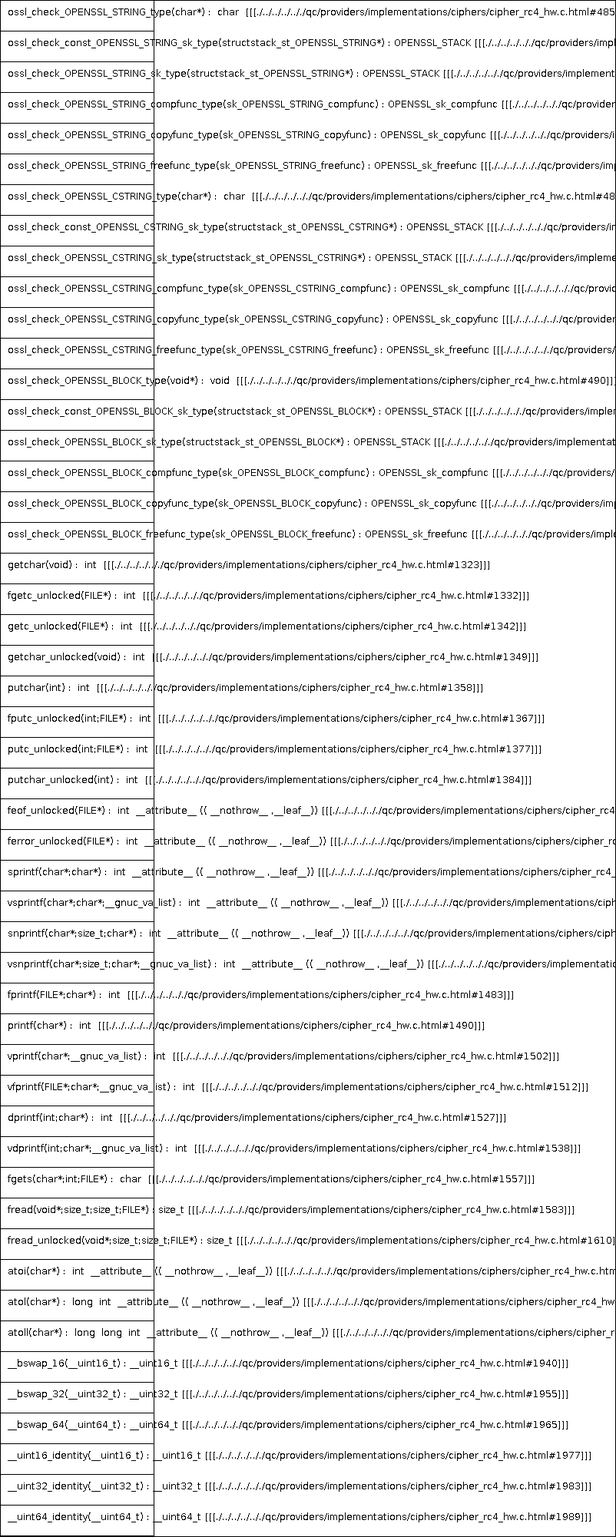
Earlier version of the PlantUML export docs/qc/providers/implementations/ciphers/cipher_rc4_hw.c.png (qualitesys/openssl). Its source is kept beside it as docs/qc/providers/implementations/ciphers/cipher_rc4_hw.c.puml.
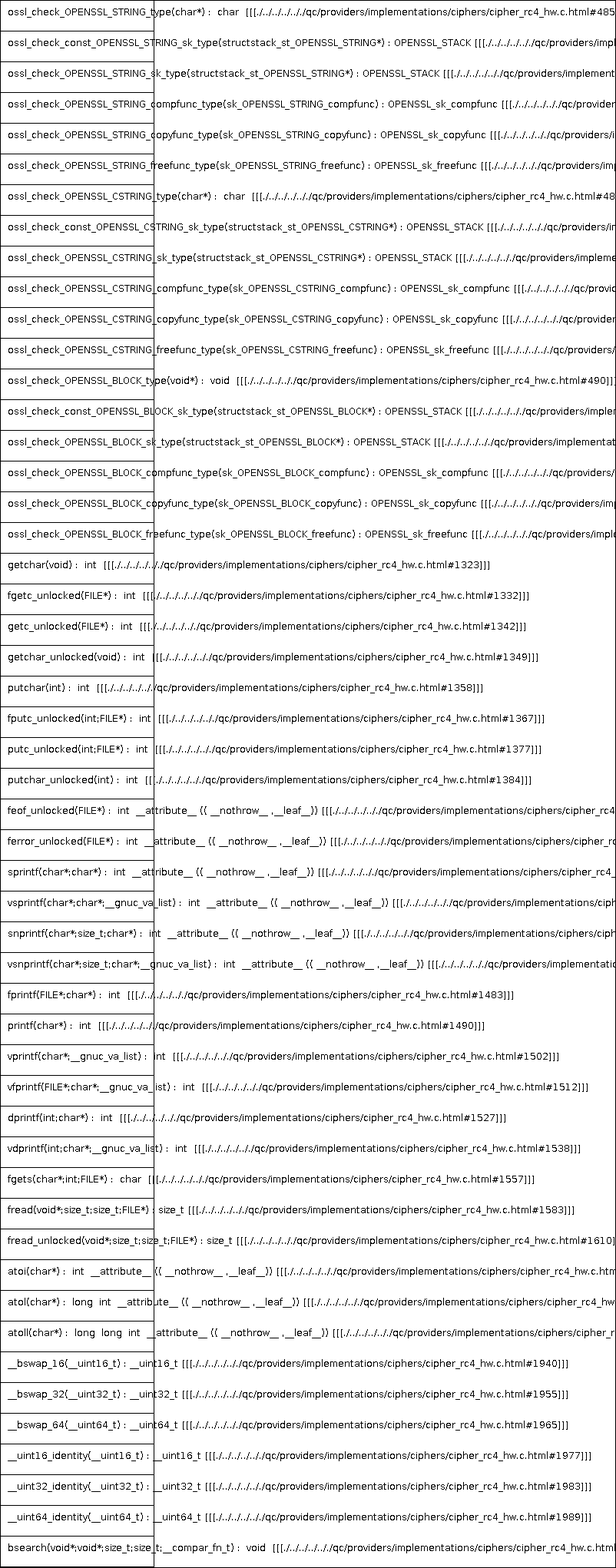
After the commit.

What changed in the source:
```diff
@@ -51,5 +51,6 @@
 __uint16_identity(__uint16_t) : __uint16_t [[[./../../../.././qc/providers/implementations/ciphers/cipher_rc4_hw.c.html#1977]]]
 __uint32_identity(__uint32_t) : __uint32_t [[[./../../../.././qc/providers/implementations/ciphers/cipher_rc4_hw.c.html#1983]]]
 __uint64_identity(__uint64_t) : __uint64_t [[[./../../../.././qc/providers/implementations/ciphers/cipher_rc4_hw.c.html#1989]]]
+bsearch(void*;void*;size_t;size_t;__compar_fn_t) :  void  [[[./../../../.././qc/providers/implementations/ciphers/cipher_rc4_hw.c.html#2657]]]
 }
 @enduml
```
